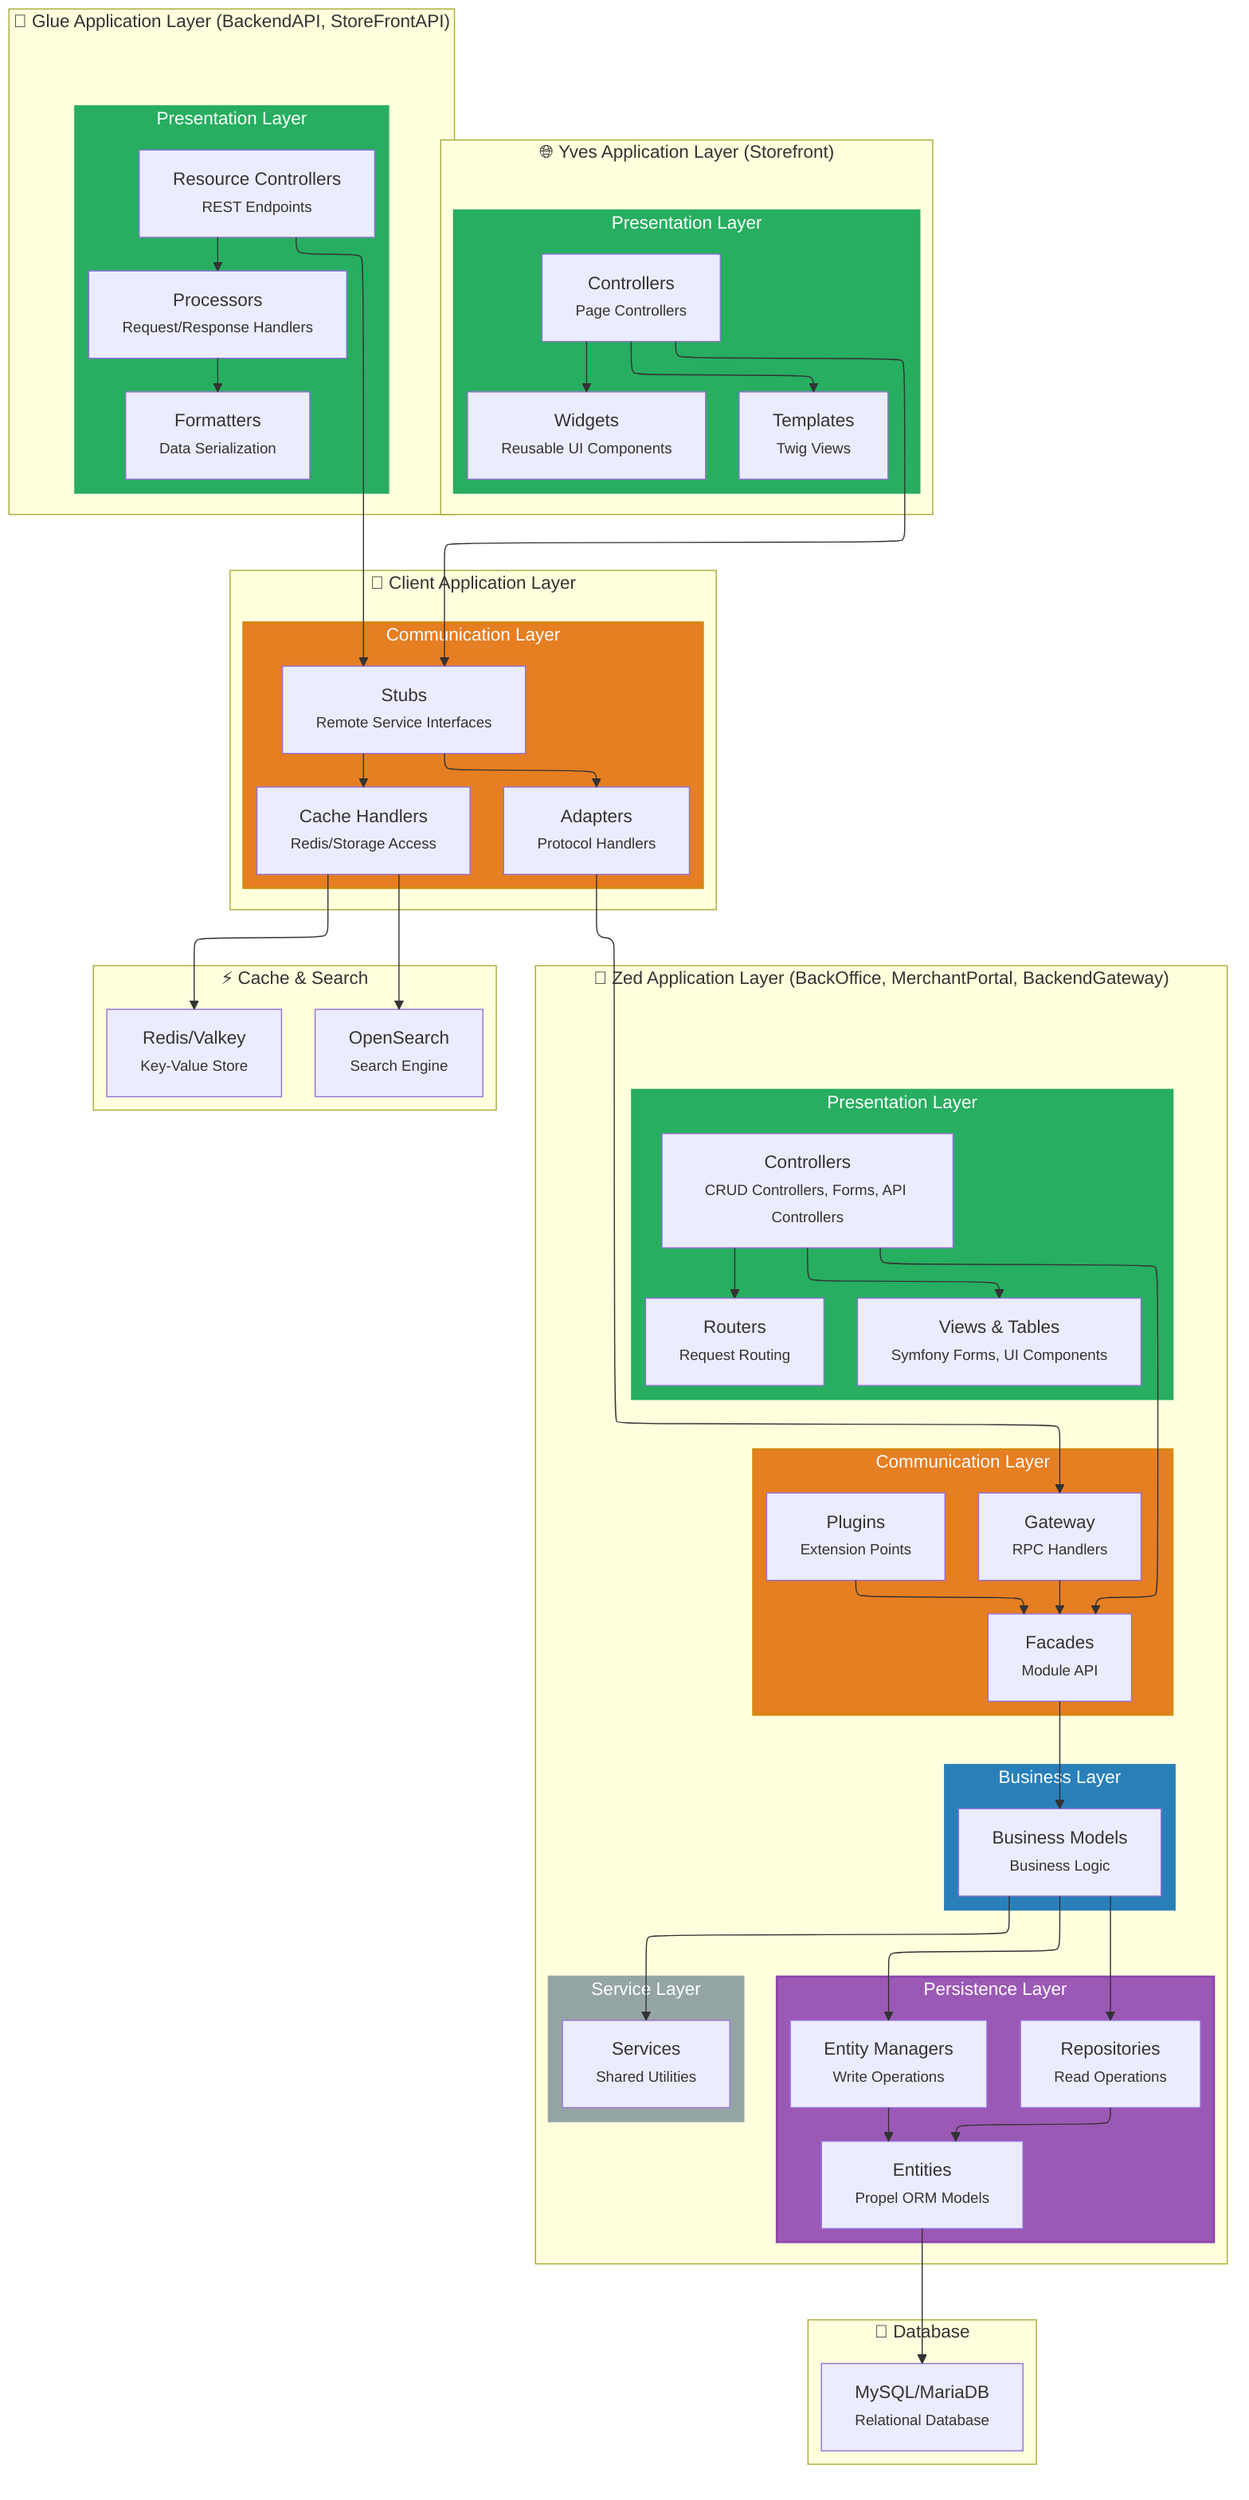
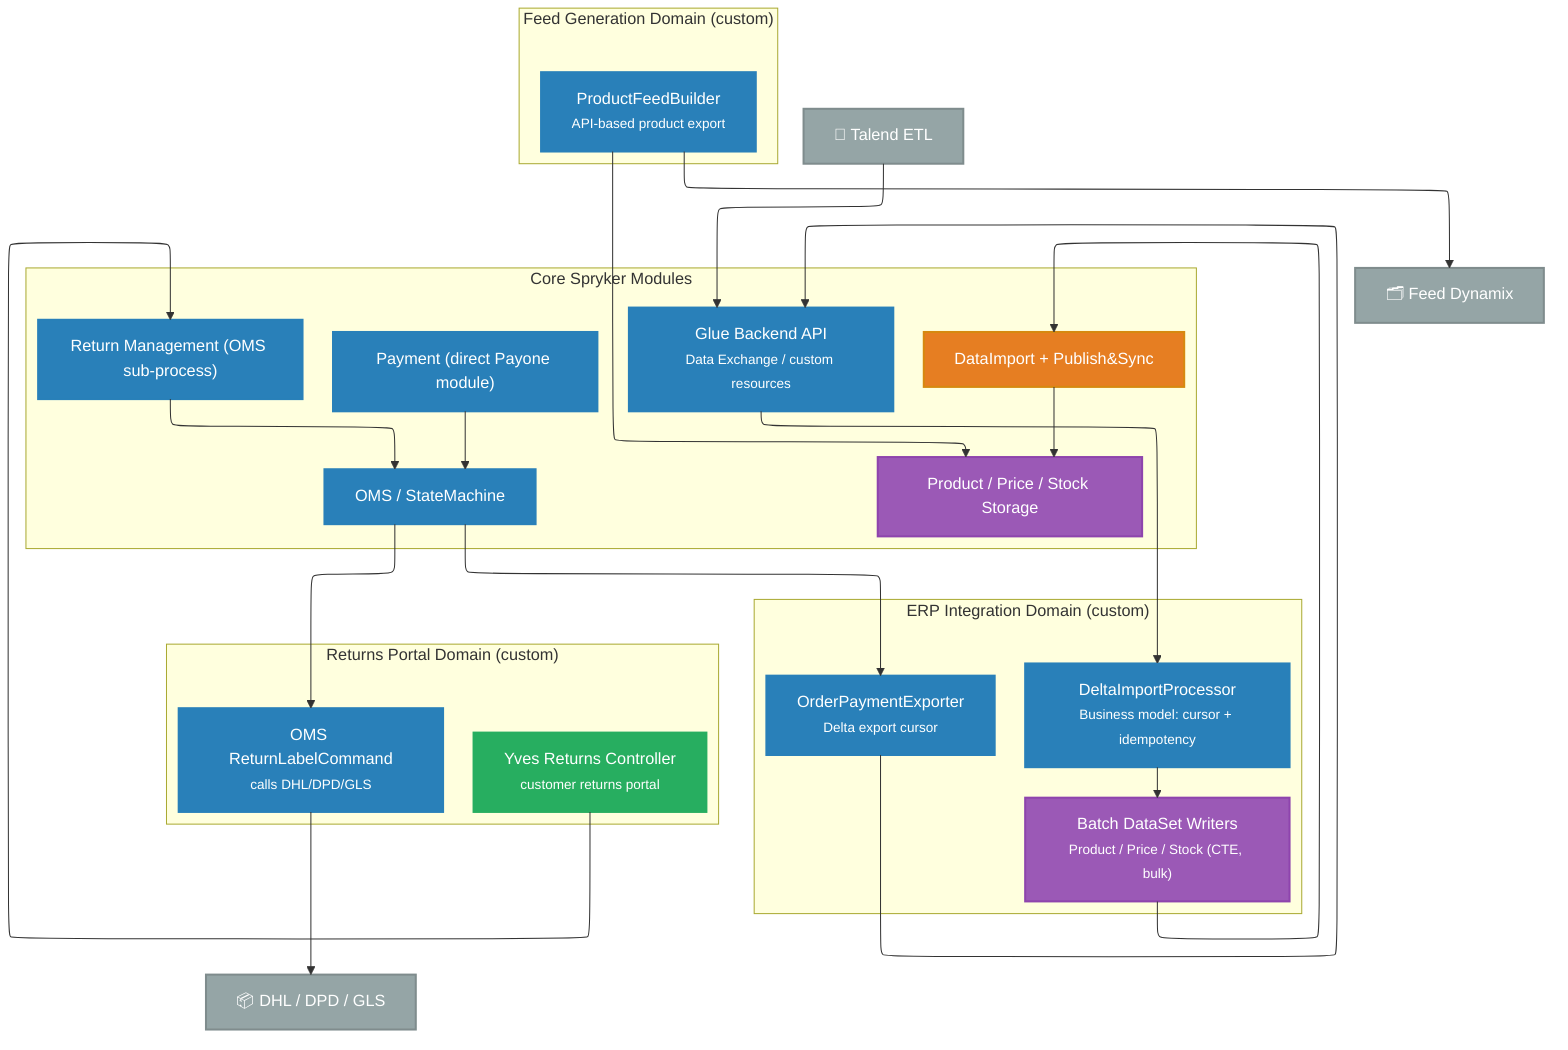
---
config:
  layout: elk
---
+ %% C3 Component — NORMA custom domains (Zed-centric): ERP Integration, Feed Generation, Returns Portal.
+ %% Shows how custom project modules attach to core Spryker modules (Glue Backend API, DataImport, OMS,
+ %% Return Management, Payment) via facades/plugins.
flowchart TB
-     subgraph YvesPresentation["Presentation Layer"]
-         YvesControllers["Controllers<br><small>Page Controllers</small>"]
-         YvesTemplates["Templates<br><small>Twig Views</small>"]
-         YvesWidgets["Widgets<br><small>Reusable UI Components</small>"]
+     subgraph ErpDomain["ERP Integration Domain (custom)"]
+         DeltaImporter["DeltaImportProcessor<br><small>Business model: cursor + idempotency</small>"]
+         ImportWriters["Batch DataSet Writers<br><small>Product / Price / Stock (CTE, bulk)</small>"]
+         OrderExporter["OrderPaymentExporter<br><small>Delta export cursor</small>"]
    end
-     subgraph Yves["🌐 Yves Application Layer (Storefront)"]
-         direction TB
-         YvesPresentation
+     subgraph FeedDomain["Feed Generation Domain (custom)"]
+         FeedBuilder["ProductFeedBuilder<br><small>API-based product export</small>"]
    end
-     subgraph GluePresentation["Presentation Layer"]
-         GlueControllers["Resource Controllers<br><small>REST Endpoints</small>"]
-         GlueProcessors["Processors<br><small>Request/Response Handlers</small>"]
-         GlueFormatters["Formatters<br><small>Data Serialization</small>"]
+     subgraph ReturnsDomain["Returns Portal Domain (custom)"]
+         ReturnsController["Yves Returns Controller<br><small>customer returns portal</small>"]
+         ReturnLabelCommand["OMS ReturnLabelCommand<br><small>calls DHL/DPD/GLS</small>"]
    end
-     subgraph GlueAPI["🔌 Glue Application Layer (BackendAPI, StoreFrontAPI)"]
-         direction TB
-         GluePresentation
+ 
+     subgraph Core["Core Spryker Modules"]
+         GlueBackend["Glue Backend API<br><small>Data Exchange / custom resources</small>"]
+         DataImport["DataImport + Publish&Sync"]
+         SalesReturn["Return Management (OMS sub-process)"]
+         Oms["OMS / StateMachine"]
+         Payment["Payment (direct Payone module)"]
+         ProductPS["Product / Price / Stock Storage"]
    end
-     subgraph ClientCommunication["Communication Layer"]
-         ClientStubs["Stubs<br><small>Remote Service Interfaces</small>"]
-         ClientAdapters["Adapters<br><small>Protocol Handlers</small>"]
-         ClientCache["Cache Handlers<br><small>Redis/Storage Access</small>"]
-     end
-     subgraph Client["🔗 Client Application Layer"]
-         direction TB
-         ClientCommunication
-     end
-     subgraph ZedPresentation["Presentation Layer"]
-         ZedControllers["Controllers<br><small>CRUD Controllers, Forms, API Controllers</small>"]
-         ZedViews["Views &amp; Tables<br><small>Symfony Forms, UI Components</small>"]
-         ZedRouters["Routers<br><small>Request Routing</small>"]
-     end
-     subgraph ZedCommunication["Communication Layer"]
-         ZedFacades["Facades<br><small>Module API</small>"]
-         ZedPlugins["Plugins<br><small>Extension Points</small>"]
-         ZedGateway["Gateway<br><small>RPC Handlers</small>"]
-     end
-     subgraph ZedBusiness["Business Layer"]
-         ZedModels["Business Models<br><small>Business Logic</small>"]
-     end
-     subgraph ZedService["Service Layer"]
-         ZedServices["Services<br><small>Shared Utilities</small>"]
-     end
-     subgraph ZedPersistence["Persistence Layer"]
-         ZedEntities["Entities<br><small>Propel ORM Models</small>"]
-         ZedRepositories["Repositories<br><small>Read Operations</small>"]
-         ZedEntityManagers["Entity Managers<br><small>Write Operations</small>"]
-     end
-     subgraph Zed["🏢 Zed Application Layer (BackOffice, MerchantPortal, BackendGateway)"]
-         direction TB
-         ZedPresentation
-         ZedCommunication
-         ZedBusiness
-         ZedService
-         ZedPersistence
-     end
-     subgraph Database["💾 Database"]
-         MySQL["MySQL/MariaDB<br><small>Relational Database</small>"]
-     end
-     subgraph CacheStorage["⚡ Cache & Search"]
-         Redis["Redis/Valkey<br><small>Key-Value Store</small>"]
-         OpenSearch["OpenSearch<br><small>Search Engine</small>"]
-     end
-     YvesControllers --> YvesTemplates & YvesWidgets & ClientStubs
-     GlueControllers --> GlueProcessors & ClientStubs
-     GlueProcessors --> GlueFormatters
-     ClientStubs --> ClientAdapters & ClientCache
-     ClientAdapters --> ZedGateway
-     ClientCache --> Redis & OpenSearch
-     ZedControllers --> ZedViews & ZedRouters & ZedFacades
-     ZedGateway --> ZedFacades
-     ZedFacades --> ZedModels
-     ZedPlugins --> ZedFacades
-     ZedModels --> ZedServices & ZedRepositories & ZedEntityManagers
-     ZedRepositories --> ZedEntities
-     ZedEntityManagers --> ZedEntities
-     ZedEntities --> MySQL

-     YvesPresentation:::presentationStyle
-     GluePresentation:::presentationStyle
-     ClientCommunication:::communicationStyle
-     ZedPresentation:::presentationStyle
-     ZedCommunication:::communicationStyle
-     ZedBusiness:::businessStyle
-     ZedService:::serviceStyle
-     ZedPersistence:::persistenceStyle
+     Talend["🔁 Talend ETL"] --> GlueBackend
+     GlueBackend --> DeltaImporter
+     DeltaImporter --> ImportWriters
+     ImportWriters --> DataImport
+     DataImport --> ProductPS
+     OrderExporter --> GlueBackend
+     Oms --> OrderExporter
+ 
+     FeedBuilder --> ProductPS
+     FeedBuilder --> Feed["🗂️ Feed Dynamix"]
+ 
+     ReturnsController --> SalesReturn
+     SalesReturn --> Oms
+     Oms --> ReturnLabelCommand
+     ReturnLabelCommand --> Carriers["📦 DHL / DPD / GLS"]
+ 
+     Payment --> Oms
+ 
+     DeltaImporter:::businessStyle
+     ImportWriters:::persistenceStyle
+     OrderExporter:::businessStyle
+     FeedBuilder:::businessStyle
+     ReturnsController:::presentationStyle
+     ReturnLabelCommand:::businessStyle
+     GlueBackend:::apiStyle
+     DataImport:::communicationStyle
+     SalesReturn:::businessStyle
+     Oms:::businessStyle
+     Payment:::businessStyle
+     ProductPS:::persistenceStyle
+     Talend:::externalStyle
+     Feed:::externalStyle
+     Carriers:::externalStyle
    classDef presentationStyle fill:#27AE60,stroke:#27ae60,stroke-width:2px,color:#fff
    classDef communicationStyle fill:#E67E22,stroke:#d68910,stroke-width:2px,color:#fff
    classDef businessStyle fill:#2980B9,stroke:#2980b9,stroke-width:2px,color:#fff
-     classDef serviceStyle fill:#95A5A6,stroke:#95a5a6,stroke-width:2px,color:#fff
-     classDef persistenceStyle fill:#9B59B6,stroke:#8e44ad,stroke-width:2px,color:#fff+     classDef apiStyle fill:#2980B9,stroke:#2980b9,stroke-width:2px,color:#fff
+     classDef persistenceStyle fill:#9B59B6,stroke:#8e44ad,stroke-width:2px,color:#fff
+     classDef externalStyle fill:#95A5A6,stroke:#7f8c8d,stroke-width:2px,color:#fff
